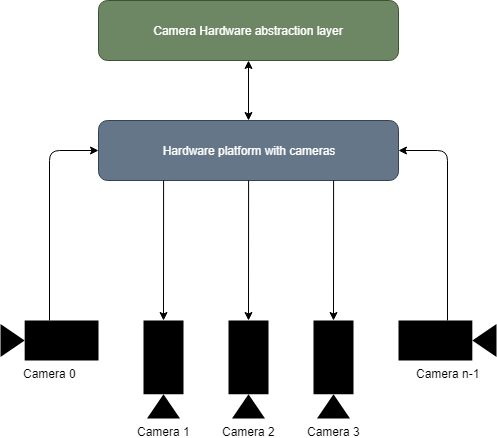
This is res/camera-adapter.png from rondor1/msc, a draw.io export, as it was before one commit. Source tidied: cells renumbered, new cells last; positions are measured from the earlier drawing's top-left corner, leaving out a move shared by most shapes.
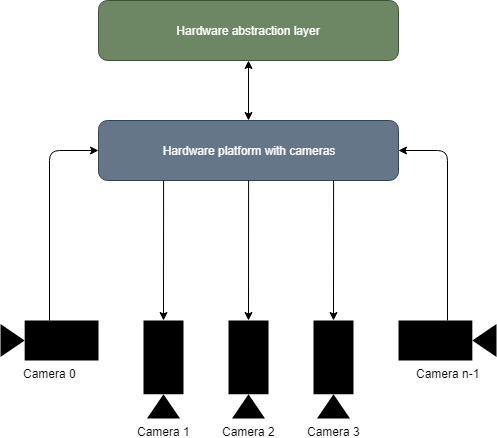
The same file after the commit.

Diff of the diagram source:
```diff
@@ -49,7 +49,7 @@
         <mxPoint x="333.1" y="180" as="sourcePoint" />
       </mxGeometry>
     </mxCell>
-    <mxCell id="13" value="Camera Hardware abstraction layer" style="rounded=1;whiteSpace=wrap;html=1;fillColor=#6d8764;strokeColor=#3A5431;fontColor=#ffffff;" parent="1" vertex="1">
+    <mxCell id="13" value="Hardware abstraction layer" style="rounded=1;whiteSpace=wrap;html=1;fillColor=#6d8764;strokeColor=#3A5431;fontColor=#ffffff;" parent="1" vertex="1">
       <mxGeometry x="98" width="300" height="60" as="geometry" />
     </mxCell>
     <mxCell id="14" style="endArrow=classic;startArrow=classic;html=1;entryX=0.5;entryY=1;entryDx=0;entryDy=0;exitX=0.5;exitY=0;exitDx=0;exitDy=0;" parent="1" edge="1" source="2" target="13">
```
